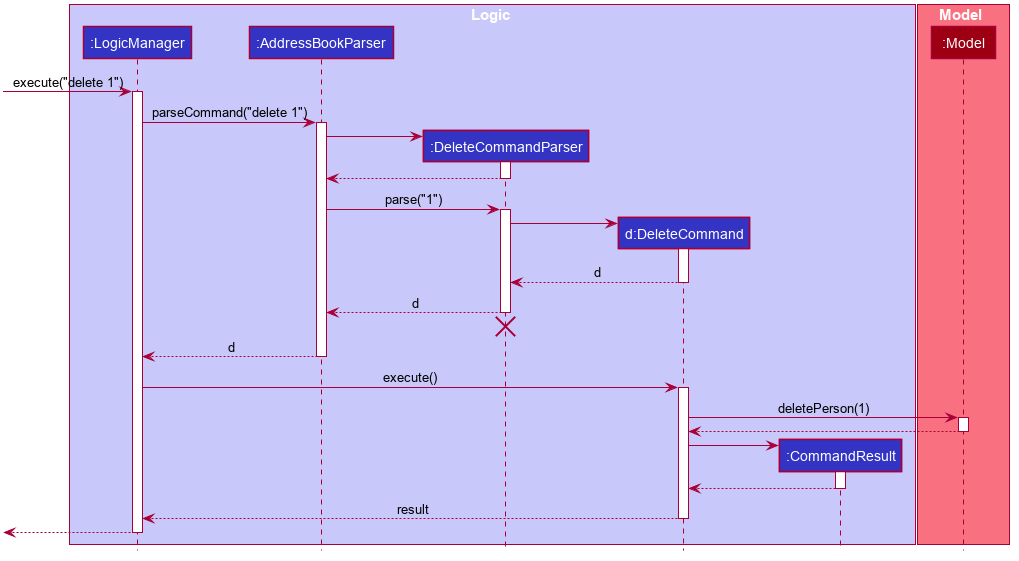
This is docs/images/DeleteSequenceDiagram.png from nus-cs2103-AY2021S2/tp, a PlantUML export, as it was before one commit. Its source is kept beside it as docs/diagrams/DeleteSequenceDiagram.puml.
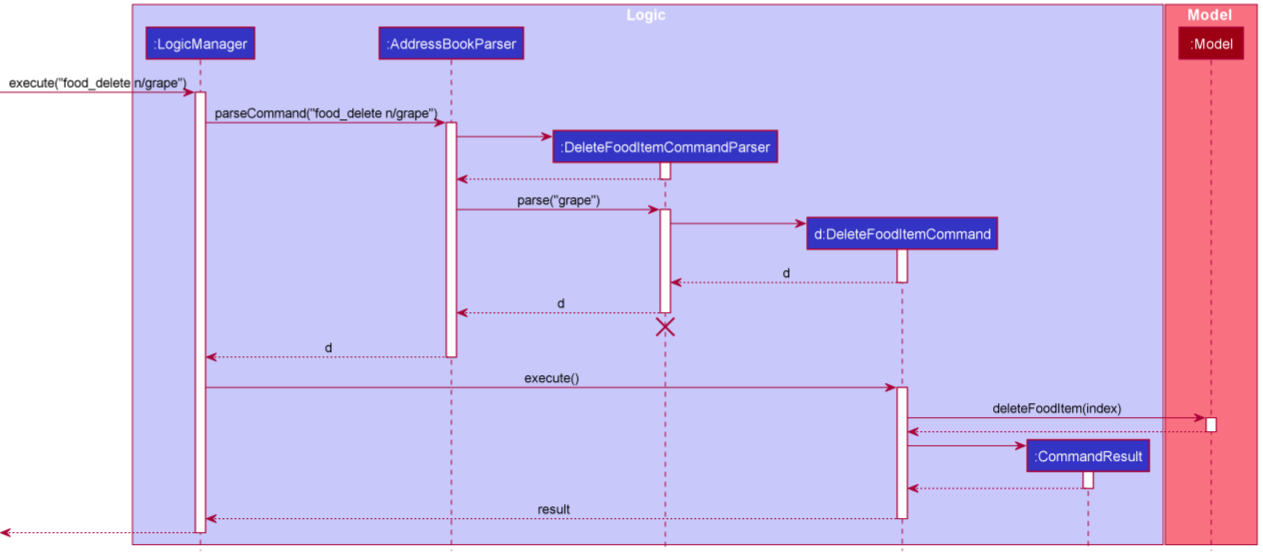
Later version of the same file.

Diff of the diagram source:
```diff
@@ -4,8 +4,8 @@
 box Logic LOGIC_COLOR_T1
 participant ":LogicManager" as LogicManager LOGIC_COLOR
 participant ":AddressBookParser" as AddressBookParser LOGIC_COLOR
-participant ":DeleteCommandParser" as DeleteCommandParser LOGIC_COLOR
-participant "d:DeleteCommand" as DeleteCommand LOGIC_COLOR
+participant ":DeleteFoodItemCommandParser" as DeleteFoodItemCommandParser LOGIC_COLOR
+participant "d:DeleteFoodItemCommand" as DeleteFoodItemCommand LOGIC_COLOR
 participant ":CommandResult" as CommandResult LOGIC_COLOR
 end box
 
@@ -19,49 +19,49 @@
 LogicManager -> AddressBookParser : parseCommand("food_delete n/grape")
 activate AddressBookParser
 
-create DeleteCommandParser
-AddressBookParser -> DeleteCommandParser
-activate DeleteCommandParser
+create DeleteFoodItemCommandParser
+AddressBookParser -> DeleteFoodItemCommandParser
+activate DeleteFoodItemCommandParser
 
-DeleteCommandParser --> AddressBookParser
-deactivate DeleteCommandParser
+DeleteFoodItemCommandParser --> AddressBookParser
+deactivate DeleteFoodItemCommandParser
 
-AddressBookParser -> DeleteCommandParser : parse("grape")
-activate DeleteCommandParser
+AddressBookParser -> DeleteFoodItemCommandParser : parse("grape")
+activate DeleteFoodItemCommandParser
 
-create DeleteCommand
-DeleteCommandParser -> DeleteCommand
-activate DeleteCommand
+create DeleteFoodItemCommand
+DeleteFoodItemCommandParser -> DeleteFoodItemCommand
+activate DeleteFoodItemCommand
 
-DeleteCommand --> DeleteCommandParser : d
-deactivate DeleteCommand
+DeleteFoodItemCommand --> DeleteFoodItemCommandParser : d
+deactivate DeleteFoodItemCommand
 
-DeleteCommandParser --> AddressBookParser : d
-deactivate DeleteCommandParser
-DeleteCommandParser -[hidden]-> AddressBookParser
-destroy DeleteCommandParser
+DeleteFoodItemCommandParser --> AddressBookParser : d
+deactivate DeleteFoodItemCommandParser
+DeleteFoodItemCommandParser -[hidden]-> AddressBookParser
+destroy DeleteFoodItemCommandParser
 
 AddressBookParser --> LogicManager : d
 deactivate AddressBookParser
 
-LogicManager -> DeleteCommand : execute()
-activate DeleteCommand
+LogicManager -> DeleteFoodItemCommand : execute()
+activate DeleteFoodItemCommand
 
-DeleteCommand -> Model : deleteFoodItem(index)
+DeleteFoodItemCommand -> Model : deleteFoodItem(index)
 activate Model
 
-Model --> DeleteCommand
+Model --> DeleteFoodItemCommand
 deactivate Model
 
 create CommandResult
-DeleteCommand -> CommandResult
+DeleteFoodItemCommand -> CommandResult
 activate CommandResult
 
-CommandResult --> DeleteCommand
+CommandResult --> DeleteFoodItemCommand
 deactivate CommandResult
 
-DeleteCommand --> LogicManager : result
-deactivate DeleteCommand
+DeleteFoodItemCommand --> LogicManager : result
+deactivate DeleteFoodItemCommand
 
 [<--LogicManager
 deactivate LogicManager
```
